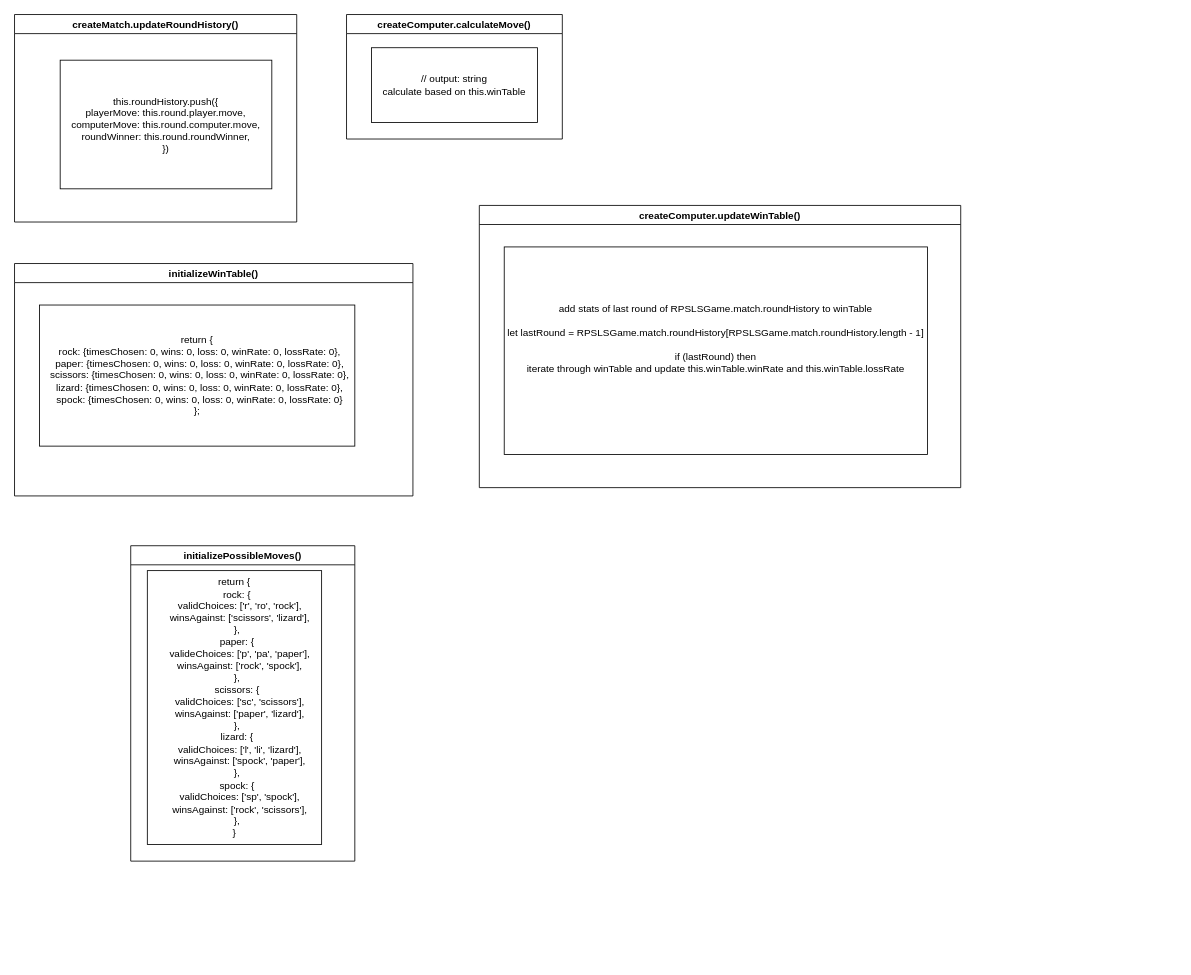
Earlier version of the draw.io diagram page "functions" (2 of 2) of lesson_1/rpsls_flowchart.drawio (karideeps/js120). Source tidied: cells renumbered, new cells numbered last; positions are measured from the earlier drawing's top-left corner, leaving out a move shared by most shapes. Both pictures are drawn from the tidied source at 83%, with x=0, y=0 at pixel (14, 14).
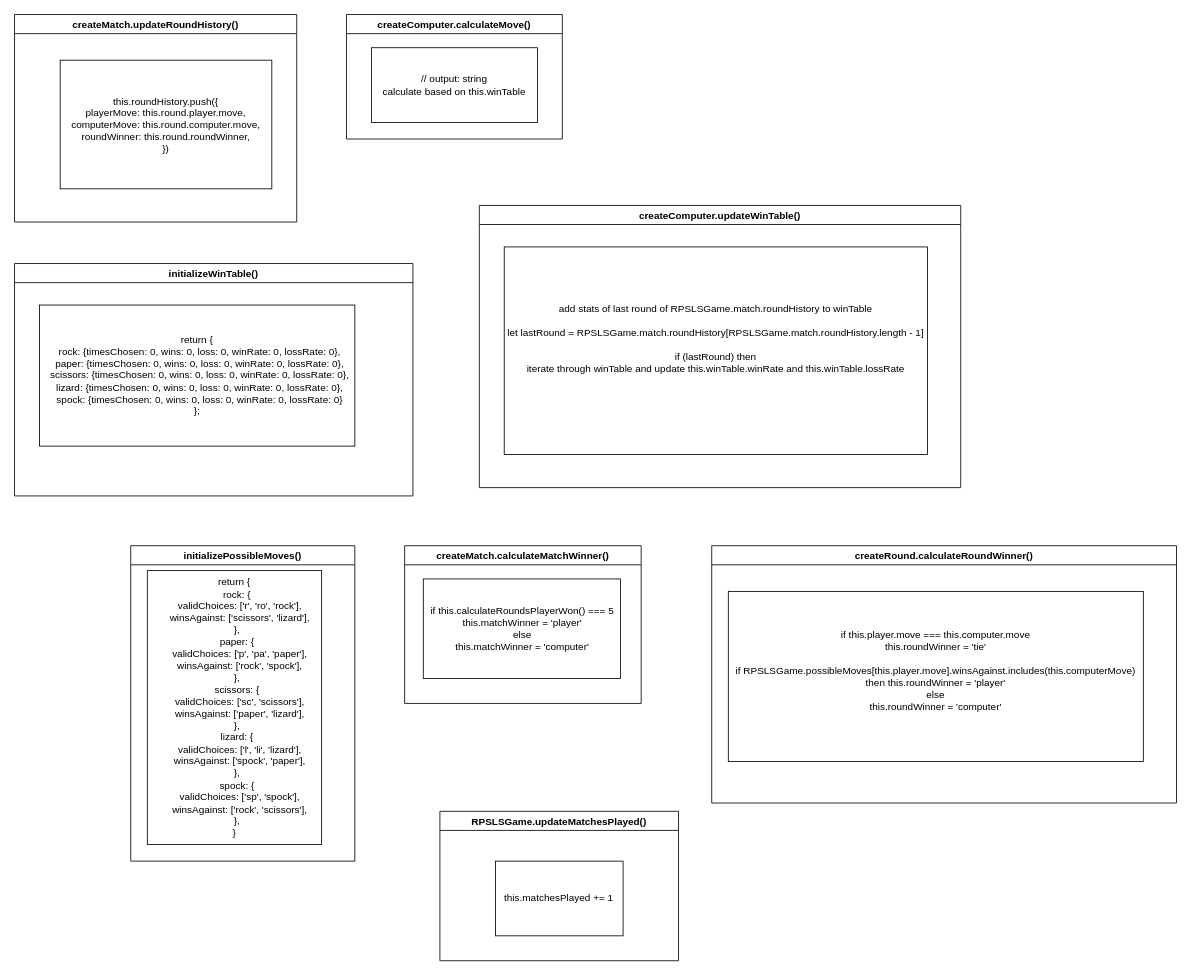
The same diagram, later.

Diff of the diagram source:
```diff
@@
 <mxGraphModel>
   <root>
     <mxCell id="0" />
     <mxCell id="1" parent="0" />
-    <mxCell id="2" value="createMatch.updateRoundHistory()" style="swimlane;" parent="1" vertex="1">
+    <mxCell id="2" value="createMatch.updateRoundHistory()" style="swimlane;startSize=23;" parent="1" vertex="1">
       <mxGeometry width="340" height="250" as="geometry" />
     </mxCell>
     <mxCell id="3" value="&lt;div&gt;this.roundHistory.push({&lt;/div&gt;&lt;div&gt;playerMove: this.round.player.move,&lt;/div&gt;&lt;div&gt;computerMove: this.round.computer.move,&lt;/div&gt;&lt;div&gt;roundWinner: this.round.roundWinner,&lt;/div&gt;&lt;div&gt;})&lt;br&gt;&lt;/div&gt;" style="whiteSpace=wrap;html=1;" parent="2" vertex="1">
       <mxGeometry x="55" y="55" width="255" height="155" as="geometry" />
     </mxCell>
     <mxCell id="4" value="initializeWinTable()" style="swimlane;" parent="1" vertex="1">
       <mxGeometry y="300" width="480" height="280" as="geometry" />
     </mxCell>
     <mxCell id="5" value="return {&lt;br&gt;&amp;nbsp; rock: {timesChosen: 0, wins: 0, loss: 0, winRate: 0, lossRate: 0},&lt;br&gt;&amp;nbsp; paper: {timesChosen: 0, wins: 0, loss: 0, winRate: 0, lossRate: 0},&lt;br&gt;&amp;nbsp; scissors: {timesChosen: 0, wins: 0, loss: 0, winRate: 0, lossRate: 0},&lt;br&gt;&amp;nbsp; lizard: {timesChosen: 0, wins: 0, loss: 0, winRate: 0, lossRate: 0},&lt;br&gt;&amp;nbsp; spock: {timesChosen: 0, wins: 0, loss: 0, winRate: 0, lossRate: 0}&lt;br&gt;};" style="whiteSpace=wrap;html=1;" parent="4" vertex="1">
       <mxGeometry x="30" y="50" width="380" height="170" as="geometry" />
     </mxCell>
     <mxCell id="6" value="createComputer.calculateMove()" style="swimlane;" parent="1" vertex="1">
       <mxGeometry x="400" width="260" height="150" as="geometry" />
     </mxCell>
     <mxCell id="7" value="// output: string&lt;br&gt;&lt;div&gt;calculate based on this.winTable&lt;/div&gt;" style="whiteSpace=wrap;html=1;" parent="6" vertex="1">
       <mxGeometry x="30" y="40" width="200" height="90" as="geometry" />
     </mxCell>
     <mxCell id="8" value="createComputer.updateWinTable()" style="swimlane;startSize=23;" parent="1" vertex="1">
       <mxGeometry x="560" y="230" width="580" height="340" as="geometry" />
     </mxCell>
     <mxCell id="9" value="add stats of last round of RPSLSGame.match.roundHistory to winTable&lt;br&gt;&lt;div&gt;&lt;br&gt;&lt;/div&gt;&lt;div&gt;let lastRound = RPSLSGame.match.roundHistory[RPSLSGame.match.roundHistory.length - 1]&lt;br&gt;&lt;/div&gt;&lt;div&gt;&lt;br&gt;&lt;/div&gt;&lt;div&gt;if (lastRound) then&lt;br&gt;&lt;/div&gt;&lt;div&gt;iterate through winTable and update this.winTable.winRate and this.winTable.lossRate&lt;br&gt;&lt;/div&gt;&lt;div&gt;&lt;br&gt;&lt;/div&gt;&lt;div&gt;&lt;br&gt;&lt;/div&gt;" style="whiteSpace=wrap;html=1;" parent="8" vertex="1">
       <mxGeometry x="30" y="50" width="510" height="250" as="geometry" />
     </mxCell>
     <mxCell id="10" value="initializePossibleMoves()" style="swimlane;startSize=23;" parent="1" vertex="1">
       <mxGeometry x="140" y="640" width="270" height="380" as="geometry" />
     </mxCell>
-    <mxCell id="11" value="return {&lt;br&gt;&amp;nbsp; rock: {&lt;br&gt;&amp;nbsp;&amp;nbsp;&amp;nbsp; validChoices: ['r', 'ro', 'rock'],&lt;br&gt;&amp;nbsp;&amp;nbsp;&amp;nbsp; winsAgainst: ['scissors', 'lizard'],&lt;br&gt;&amp;nbsp; },&lt;br&gt;&amp;nbsp; paper: {&lt;br&gt;&amp;nbsp;&amp;nbsp;&amp;nbsp; valideChoices: ['p', 'pa', 'paper'],&lt;br&gt;&amp;nbsp;&amp;nbsp;&amp;nbsp; winsAgainst: ['rock', 'spock'],&lt;br&gt;&amp;nbsp; },&lt;br&gt;&amp;nbsp; scissors: {&lt;br&gt;&amp;nbsp;&amp;nbsp;&amp;nbsp; validChoices: ['sc', 'scissors'],&lt;br&gt;&amp;nbsp;&amp;nbsp;&amp;nbsp; winsAgainst: ['paper', 'lizard'],&lt;br&gt;&amp;nbsp; },&lt;br&gt;&amp;nbsp; lizard: {&lt;br&gt;&amp;nbsp;&amp;nbsp;&amp;nbsp; validChoices: ['l', 'li', 'lizard'],&lt;br&gt;&amp;nbsp;&amp;nbsp;&amp;nbsp; winsAgainst: ['spock', 'paper'],&lt;br&gt;&amp;nbsp; },&lt;br&gt;&amp;nbsp; spock: {&lt;br&gt;&amp;nbsp;&amp;nbsp;&amp;nbsp; validChoices: ['sp', 'spock'],&lt;br&gt;&amp;nbsp;&amp;nbsp;&amp;nbsp; winsAgainst: ['rock', 'scissors'],&lt;br&gt;&amp;nbsp; },&lt;br&gt;}" style="whiteSpace=wrap;html=1;" parent="10" vertex="1">
+    <mxCell id="11" value="return {&lt;br&gt;&amp;nbsp; rock: {&lt;br&gt;&amp;nbsp;&amp;nbsp;&amp;nbsp; validChoices: ['r', 'ro', 'rock'],&lt;br&gt;&amp;nbsp;&amp;nbsp;&amp;nbsp; winsAgainst: ['scissors', 'lizard'],&lt;br&gt;&amp;nbsp; },&lt;br&gt;&amp;nbsp; paper: {&lt;br&gt;&amp;nbsp;&amp;nbsp;&amp;nbsp; validChoices: ['p', 'pa', 'paper'],&lt;br&gt;&amp;nbsp;&amp;nbsp;&amp;nbsp; winsAgainst: ['rock', 'spock'],&lt;br&gt;&amp;nbsp; },&lt;br&gt;&amp;nbsp; scissors: {&lt;br&gt;&amp;nbsp;&amp;nbsp;&amp;nbsp; validChoices: ['sc', 'scissors'],&lt;br&gt;&amp;nbsp;&amp;nbsp;&amp;nbsp; winsAgainst: ['paper', 'lizard'],&lt;br&gt;&amp;nbsp; },&lt;br&gt;&amp;nbsp; lizard: {&lt;br&gt;&amp;nbsp;&amp;nbsp;&amp;nbsp; validChoices: ['l', 'li', 'lizard'],&lt;br&gt;&amp;nbsp;&amp;nbsp;&amp;nbsp; winsAgainst: ['spock', 'paper'],&lt;br&gt;&amp;nbsp; },&lt;br&gt;&amp;nbsp; spock: {&lt;br&gt;&amp;nbsp;&amp;nbsp;&amp;nbsp; validChoices: ['sp', 'spock'],&lt;br&gt;&amp;nbsp;&amp;nbsp;&amp;nbsp; winsAgainst: ['rock', 'scissors'],&lt;br&gt;&amp;nbsp; },&lt;br&gt;}" style="whiteSpace=wrap;html=1;" parent="10" vertex="1">
       <mxGeometry x="20" y="30" width="210" height="330" as="geometry" />
     </mxCell>
+    <mxCell id="12" value="createMatch.calculateMatchWinner()" style="swimlane;" parent="1" vertex="1">
+      <mxGeometry x="470" y="640" width="285" height="190" as="geometry" />
+    </mxCell>
+    <mxCell id="13" value="&lt;div&gt;if this.calculateRoundsPlayerWon() === 5&lt;/div&gt;&lt;div&gt;this.matchWinner = 'player' &lt;br&gt;&lt;/div&gt;&lt;div&gt;else&lt;/div&gt;&lt;div&gt;this.matchWinner = 'computer'&lt;br&gt;&lt;/div&gt;" style="rounded=0;whiteSpace=wrap;html=1;" parent="12" vertex="1">
+      <mxGeometry x="22.5" y="40" width="237.5" height="120" as="geometry" />
+    </mxCell>
+    <mxCell id="14" value="createRound.calculateRoundWinner()" style="swimlane;" parent="1" vertex="1">
+      <mxGeometry x="840" y="640" width="560" height="310" as="geometry" />
+    </mxCell>
+    <mxCell id="15" value="&lt;div&gt;if this.player.move === this.computer.move &lt;br&gt;&lt;/div&gt;&lt;div&gt;this.roundWinner = 'tie'&lt;/div&gt;&lt;div&gt;&lt;br&gt;&lt;/div&gt;&lt;div&gt;if RPSLSGame.possibleMoves[this.player.move].winsAgainst.includes(this.computerMove)&lt;/div&gt;&lt;div&gt;then this.roundWinner = 'player'&lt;/div&gt;&lt;div&gt;else&lt;/div&gt;&lt;div&gt;this.roundWinner = 'computer'&lt;br&gt;&lt;/div&gt;&lt;div&gt;&lt;br&gt;&lt;/div&gt;" style="rounded=0;whiteSpace=wrap;html=1;" parent="14" vertex="1">
+      <mxGeometry x="20" y="55" width="500" height="205" as="geometry" />
+    </mxCell>
+    <mxCell id="16" value="RPSLSGame.updateMatchesPlayed()" style="swimlane;" parent="1" vertex="1">
+      <mxGeometry x="512.5" y="960" width="287.5" height="180" as="geometry" />
+    </mxCell>
+    <mxCell id="17" value="this.matchesPlayed += 1" style="rounded=0;whiteSpace=wrap;html=1;" parent="16" vertex="1">
+      <mxGeometry x="66.9" y="60" width="153.8" height="90" as="geometry" />
+    </mxCell>
   </root>
 </mxGraphModel>
```
